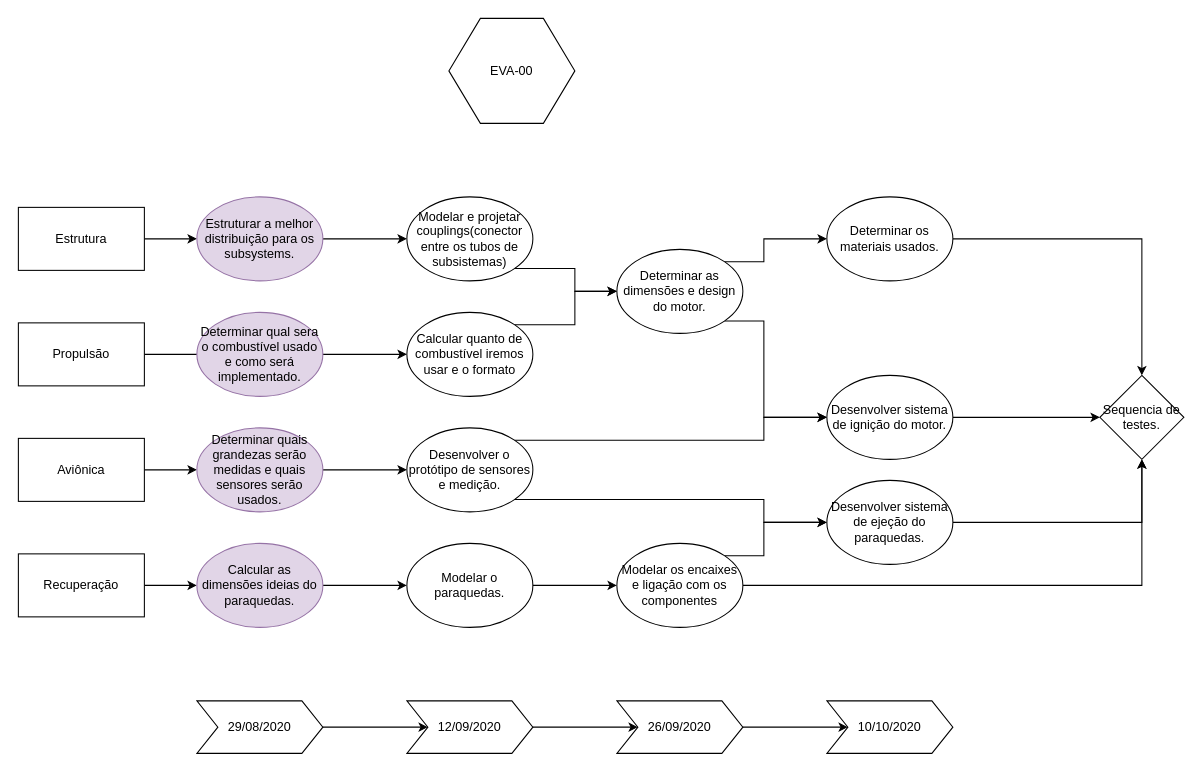
The draw.io diagram eva-00.drawio in freedxmgxd/Evangelion-Unidade-00, before the edit. Source tidied: cells renumbered, new cells numbered last; positions are measured from the earlier drawing's top-left corner, leaving out a move shared by most shapes. Both pictures are drawn from the tidied source at 105%, with x=0, y=0 at pixel (18, 18).
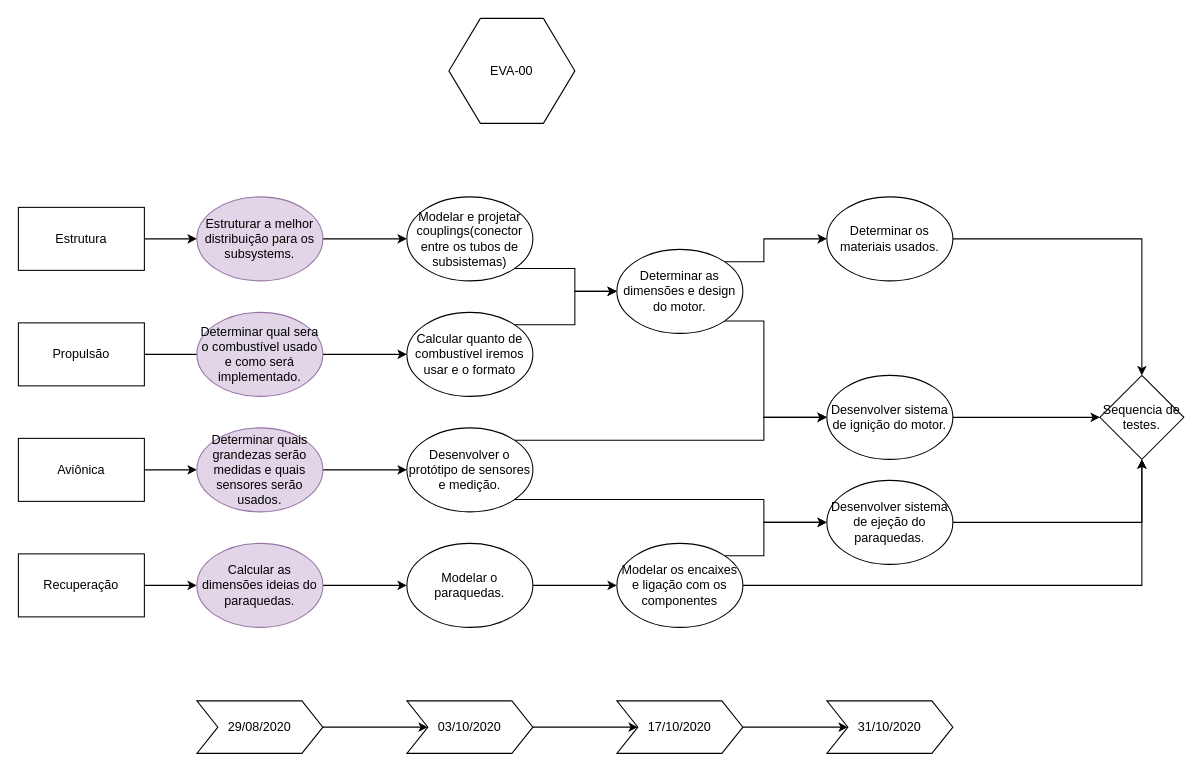
The same diagram, later.

Change to the diagram source:
```diff
@@
-    <mxCell id="40" value="12/09/2020" style="shape=step;perimeter=stepPerimeter;whiteSpace=wrap;html=1;fixedSize=1;" parent="1" vertex="1">
+    <mxCell id="40" value="03/10/2020" style="shape=step;perimeter=stepPerimeter;whiteSpace=wrap;html=1;fixedSize=1;" parent="1" vertex="1">
       <mxGeometry x="370" y="650" width="120" height="50" as="geometry" />
     </mxCell>
@@
-    <mxCell id="42" value="26/09/2020" style="shape=step;perimeter=stepPerimeter;whiteSpace=wrap;html=1;fixedSize=1;" parent="1" vertex="1">
+    <mxCell id="42" value="17/10/2020" style="shape=step;perimeter=stepPerimeter;whiteSpace=wrap;html=1;fixedSize=1;" parent="1" vertex="1">
       <mxGeometry x="570" y="650" width="120" height="50" as="geometry" />
     </mxCell>
-    <mxCell id="43" value="10/10/2020" style="shape=step;perimeter=stepPerimeter;whiteSpace=wrap;html=1;fixedSize=1;" parent="1" vertex="1">
+    <mxCell id="43" value="31/10/2020" style="shape=step;perimeter=stepPerimeter;whiteSpace=wrap;html=1;fixedSize=1;" parent="1" vertex="1">
       <mxGeometry x="770" y="650" width="120" height="50" as="geometry" />
     </mxCell>
```
